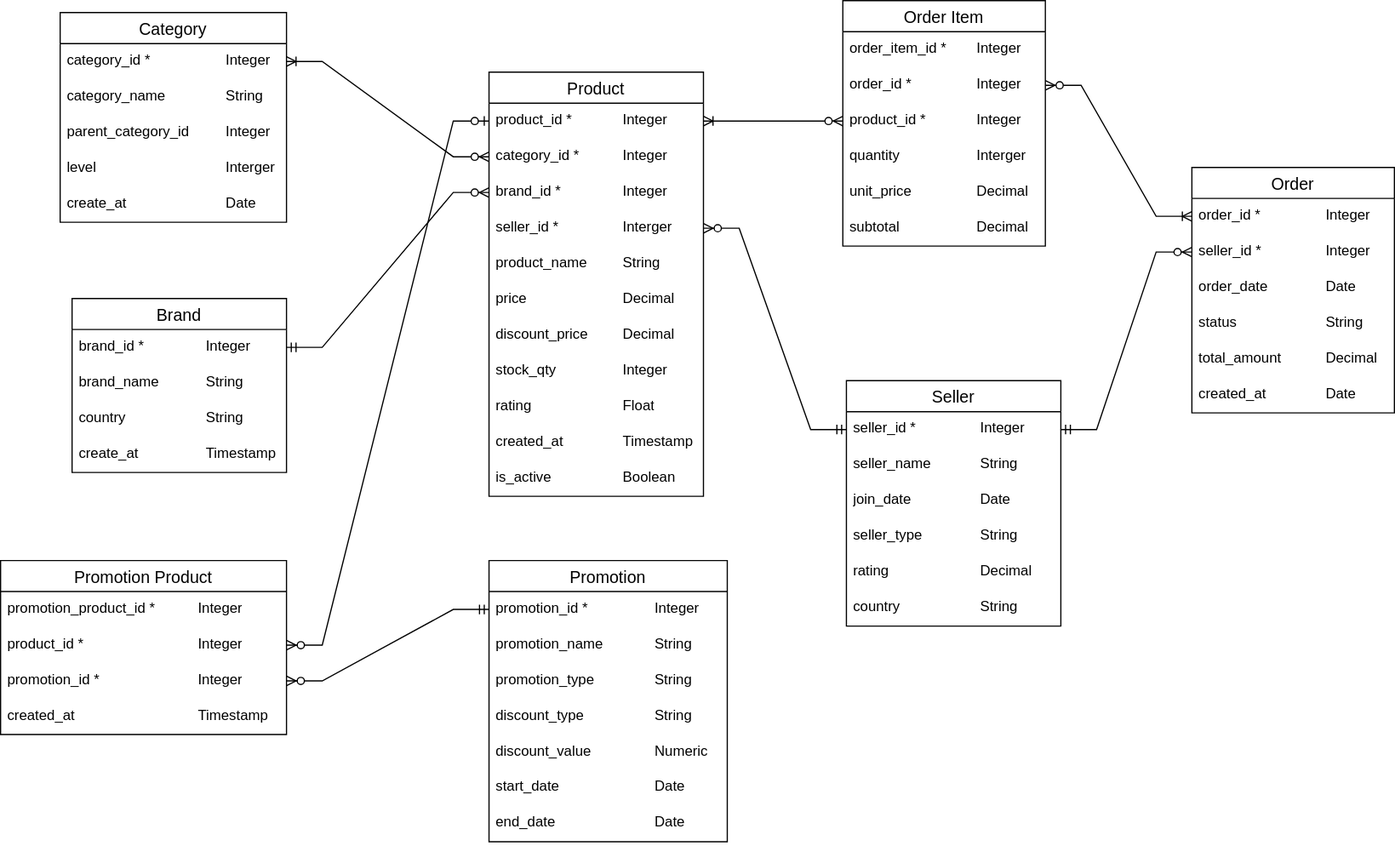
This is assets/images/ecom-erd.svg from NadymB/python-in-data-project, a draw.io export, as it was before one commit. Source tidied: cells renumbered, new cells last; positions are measured from the earlier drawing's top-left corner, leaving out a move shared by most shapes.
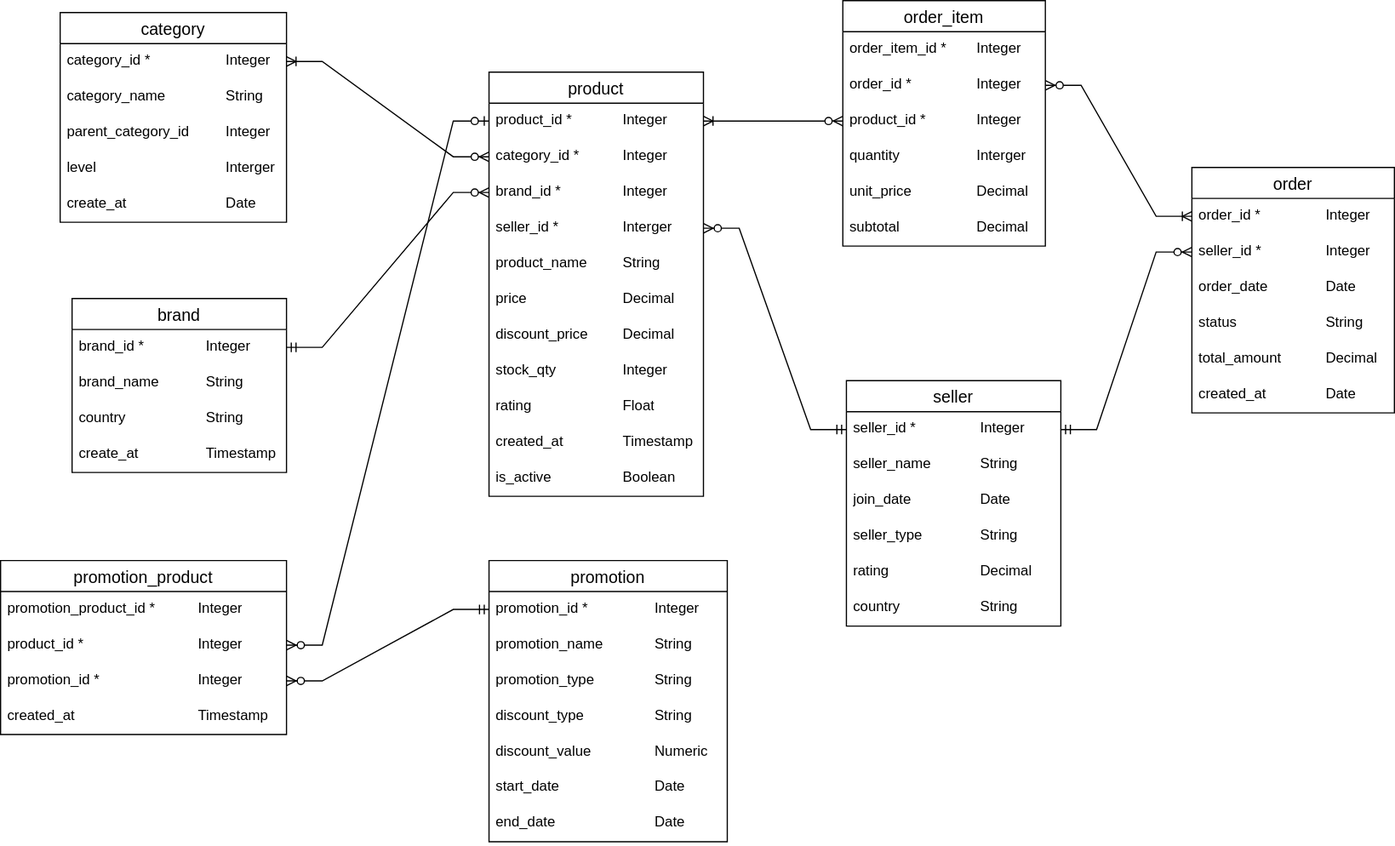
After the commit.

Change to the diagram source:
```diff
@@ -2,7 +2,7 @@
   <root>
     <mxCell id="0" />
     <mxCell id="1" parent="0" />
-    <mxCell id="2" value="Category" style="swimlane;fontStyle=0;horizontal=1;startSize=26;align=center;fontSize=14;" parent="1" vertex="1">
+    <mxCell id="2" value="category" style="swimlane;fontStyle=0;horizontal=1;startSize=26;align=center;fontSize=14;" parent="1" vertex="1">
       <mxGeometry x="50" y="10" width="190" height="176" as="geometry" />
     </mxCell>
     <mxCell id="3" value="category_id *&amp;nbsp;&lt;span style=&quot;white-space: pre;&quot;&gt;&#9;&lt;/span&gt;&lt;span style=&quot;white-space: pre;&quot;&gt;&#9;&lt;span style=&quot;white-space: pre;&quot;&gt;&#9;&lt;/span&gt;&lt;/span&gt;Integer" style="text;strokeColor=none;fillColor=none;spacingLeft=4;spacingRight=4;overflow=hidden;points=[[0,0.5],[1,0.5]];portConstraint=eastwest;fontSize=12;whiteSpace=wrap;html=1;" parent="2" vertex="1">
@@ -20,7 +20,7 @@
     <mxCell id="7" value="create_at&lt;span style=&quot;white-space: pre;&quot;&gt;&#9;&lt;/span&gt;&lt;span style=&quot;white-space: pre;&quot;&gt;&#9;&lt;/span&gt;&lt;span style=&quot;white-space: pre;&quot;&gt;&#9;&lt;/span&gt;&lt;span style=&quot;white-space: pre;&quot;&gt;&#9;&lt;/span&gt;Date" style="text;strokeColor=none;fillColor=none;spacingLeft=4;spacingRight=4;overflow=hidden;fontSize=12;whiteSpace=wrap;html=1;" parent="2" vertex="1">
       <mxGeometry y="146" width="190" height="30" as="geometry" />
     </mxCell>
-    <mxCell id="8" value="Product" style="swimlane;fontStyle=0;horizontal=1;startSize=26;align=center;fontSize=14;" parent="1" vertex="1">
+    <mxCell id="8" value="product" style="swimlane;fontStyle=0;horizontal=1;startSize=26;align=center;fontSize=14;" parent="1" vertex="1">
       <mxGeometry x="410" y="60" width="180" height="356" as="geometry" />
     </mxCell>
     <mxCell id="9" value="product_id *&amp;nbsp;&lt;span style=&quot;white-space: pre;&quot;&gt;&#9;&lt;/span&gt;&lt;span style=&quot;white-space: pre;&quot;&gt;&#9;&lt;/span&gt;Integer" style="text;strokeColor=none;fillColor=none;spacingLeft=4;spacingRight=4;overflow=hidden;points=[[0,0.5],[1,0.5]];portConstraint=eastwest;fontSize=12;whiteSpace=wrap;html=1;" parent="8" vertex="1">
@@ -56,7 +56,7 @@
     <mxCell id="19" value="is_active&lt;span style=&quot;white-space: pre;&quot;&gt;&#9;&lt;/span&gt;&lt;span style=&quot;white-space: pre;&quot;&gt;&#9;&lt;span style=&quot;white-space: pre;&quot;&gt;&#9;&lt;/span&gt;Boolean&lt;/span&gt;" style="text;strokeColor=none;fillColor=none;spacingLeft=4;spacingRight=4;overflow=hidden;fontSize=12;whiteSpace=wrap;html=1;" parent="8" vertex="1">
       <mxGeometry y="326" width="180" height="30" as="geometry" />
     </mxCell>
-    <mxCell id="20" value="Brand" style="swimlane;fontStyle=0;horizontal=1;startSize=26;align=center;fontSize=14;" parent="1" vertex="1">
+    <mxCell id="20" value="brand" style="swimlane;fontStyle=0;horizontal=1;startSize=26;align=center;fontSize=14;" parent="1" vertex="1">
       <mxGeometry x="60" y="250" width="180" height="146" as="geometry" />
     </mxCell>
     <mxCell id="21" value="brand_id *&amp;nbsp;&lt;span style=&quot;white-space: pre;&quot;&gt;&#9;&lt;/span&gt;&lt;span style=&quot;white-space: pre;&quot;&gt;&#9;&lt;/span&gt;Integer" style="text;strokeColor=none;fillColor=none;spacingLeft=4;spacingRight=4;overflow=hidden;points=[[0,0.5],[1,0.5]];portConstraint=eastwest;fontSize=12;whiteSpace=wrap;html=1;" parent="20" vertex="1">
@@ -71,7 +71,7 @@
     <mxCell id="24" value="create_at&lt;span style=&quot;white-space: pre;&quot;&gt;&#9;&lt;/span&gt;&lt;span style=&quot;white-space: pre;&quot;&gt;&#9;&lt;/span&gt;&lt;span style=&quot;white-space: pre;&quot;&gt;&#9;&lt;/span&gt;Timestamp" style="text;strokeColor=none;fillColor=none;spacingLeft=4;spacingRight=4;overflow=hidden;fontSize=12;whiteSpace=wrap;html=1;" parent="20" vertex="1">
       <mxGeometry y="116" width="180" height="30" as="geometry" />
     </mxCell>
-    <mxCell id="25" value="Seller" style="swimlane;fontStyle=0;horizontal=1;startSize=26;align=center;fontSize=14;" parent="1" vertex="1">
+    <mxCell id="25" value="seller" style="swimlane;fontStyle=0;horizontal=1;startSize=26;align=center;fontSize=14;" parent="1" vertex="1">
       <mxGeometry x="710" y="319" width="180" height="206" as="geometry" />
     </mxCell>
     <mxCell id="26" value="seller_id *&amp;nbsp;&lt;span style=&quot;white-space: pre;&quot;&gt;&#9;&lt;/span&gt;&lt;span style=&quot;white-space: pre;&quot;&gt;&#9;&lt;/span&gt;&lt;span style=&quot;background-color: transparent; color: light-dark(rgb(0, 0, 0), rgb(255, 255, 255));&quot;&gt;Integer&lt;/span&gt;" style="text;strokeColor=none;fillColor=none;spacingLeft=4;spacingRight=4;overflow=hidden;points=[[0,0.5],[1,0.5]];portConstraint=eastwest;fontSize=12;whiteSpace=wrap;html=1;" parent="25" vertex="1">
@@ -92,7 +92,7 @@
     <mxCell id="31" value="country&lt;span style=&quot;white-space: pre;&quot;&gt;&#9;&lt;/span&gt;&lt;span style=&quot;white-space: pre;&quot;&gt;&#9;&lt;/span&gt;&lt;span style=&quot;white-space: pre;&quot;&gt;&#9;&lt;/span&gt;String" style="text;strokeColor=none;fillColor=none;spacingLeft=4;spacingRight=4;overflow=hidden;fontSize=12;whiteSpace=wrap;html=1;" parent="25" vertex="1">
       <mxGeometry y="176" width="180" height="30" as="geometry" />
     </mxCell>
-    <mxCell id="32" value="Order" style="swimlane;fontStyle=0;horizontal=1;startSize=26;align=center;fontSize=14;" parent="1" vertex="1">
+    <mxCell id="32" value="order" style="swimlane;fontStyle=0;horizontal=1;startSize=26;align=center;fontSize=14;" parent="1" vertex="1">
       <mxGeometry x="1000" y="140" width="170" height="206" as="geometry" />
     </mxCell>
     <mxCell id="33" value="order_id *&amp;nbsp;&lt;span style=&quot;white-space: pre;&quot;&gt;&#9;&lt;span style=&quot;white-space: pre;&quot;&gt;&#9;&lt;/span&gt;&lt;/span&gt;Integer" style="text;strokeColor=none;fillColor=none;spacingLeft=4;spacingRight=4;overflow=hidden;points=[[0,0.5],[1,0.5]];portConstraint=eastwest;fontSize=12;whiteSpace=wrap;html=1;" parent="32" vertex="1">
@@ -113,7 +113,7 @@
     <mxCell id="38" value="created_at&lt;span style=&quot;white-space: pre;&quot;&gt;&#9;&lt;/span&gt;&lt;span style=&quot;white-space: pre;&quot;&gt;&#9;&lt;/span&gt;Date" style="text;strokeColor=none;fillColor=none;spacingLeft=4;spacingRight=4;overflow=hidden;fontSize=12;whiteSpace=wrap;html=1;" parent="32" vertex="1">
       <mxGeometry y="176" width="170" height="30" as="geometry" />
     </mxCell>
-    <mxCell id="39" value="Order Item" style="swimlane;fontStyle=0;horizontal=1;startSize=26;align=center;fontSize=14;" parent="1" vertex="1">
+    <mxCell id="39" value="order_item" style="swimlane;fontStyle=0;horizontal=1;startSize=26;align=center;fontSize=14;" parent="1" vertex="1">
       <mxGeometry x="707" width="170" height="206" as="geometry" />
     </mxCell>
     <mxCell id="40" value="order_item_id *&amp;nbsp;&lt;span style=&quot;white-space: pre;&quot;&gt;&#9;&lt;/span&gt;Integer" style="text;strokeColor=none;fillColor=none;spacingLeft=4;spacingRight=4;overflow=hidden;fontSize=12;whiteSpace=wrap;html=1;" parent="39" vertex="1">
@@ -134,7 +134,7 @@
     <mxCell id="45" value="subtotal&lt;span style=&quot;white-space: pre;&quot;&gt;&#9;&lt;/span&gt;&lt;span style=&quot;white-space: pre;&quot;&gt;&#9;&lt;/span&gt;&lt;span style=&quot;white-space: pre;&quot;&gt;&#9;&lt;/span&gt;Decimal" style="text;strokeColor=none;fillColor=none;spacingLeft=4;spacingRight=4;overflow=hidden;fontSize=12;whiteSpace=wrap;html=1;" parent="39" vertex="1">
       <mxGeometry y="176" width="170" height="30" as="geometry" />
     </mxCell>
-    <mxCell id="46" value="Promotion" style="swimlane;fontStyle=0;horizontal=1;startSize=26;align=center;fontSize=14;" parent="1" vertex="1">
+    <mxCell id="46" value="promotion" style="swimlane;fontStyle=0;horizontal=1;startSize=26;align=center;fontSize=14;" parent="1" vertex="1">
       <mxGeometry x="410" y="470" width="200" height="236" as="geometry" />
     </mxCell>
     <mxCell id="47" value="promotion_id *&amp;nbsp;&lt;span style=&quot;white-space: pre;&quot;&gt;&#9;&lt;span style=&quot;white-space: pre;&quot;&gt;&#9;&lt;/span&gt;&lt;/span&gt;Integer" style="text;strokeColor=none;fillColor=none;spacingLeft=4;spacingRight=4;overflow=hidden;points=[[0,0.5],[1,0.5]];portConstraint=eastwest;fontSize=12;whiteSpace=wrap;html=1;" parent="46" vertex="1">
@@ -158,7 +158,7 @@
     <mxCell id="53" value="end_date&lt;span style=&quot;white-space: pre;&quot;&gt;&#9;&lt;/span&gt;&lt;span style=&quot;white-space: pre;&quot;&gt;&#9;&lt;/span&gt;&lt;span style=&quot;white-space: pre;&quot;&gt;&#9;&lt;span style=&quot;white-space: pre;&quot;&gt;&#9;&lt;/span&gt;Date&lt;/span&gt;" style="text;strokeColor=none;fillColor=none;spacingLeft=4;spacingRight=4;overflow=hidden;fontSize=12;whiteSpace=wrap;html=1;" parent="46" vertex="1">
       <mxGeometry y="206" width="200" height="30" as="geometry" />
     </mxCell>
-    <mxCell id="54" value="Promotion Product" style="swimlane;fontStyle=0;horizontal=1;startSize=26;align=center;fontSize=14;" parent="1" vertex="1">
+    <mxCell id="54" value="promotion_product" style="swimlane;fontStyle=0;horizontal=1;startSize=26;align=center;fontSize=14;" parent="1" vertex="1">
       <mxGeometry y="470" width="240" height="146" as="geometry" />
     </mxCell>
     <mxCell id="55" value="promotion_product_id *&amp;nbsp;&lt;span style=&quot;white-space: pre;&quot;&gt;&#9;&lt;/span&gt;&lt;span style=&quot;white-space: pre;&quot;&gt;&#9;I&lt;/span&gt;nteger" style="text;strokeColor=none;fillColor=none;spacingLeft=4;spacingRight=4;overflow=hidden;fontSize=12;whiteSpace=wrap;html=1;" parent="54" vertex="1">
```
